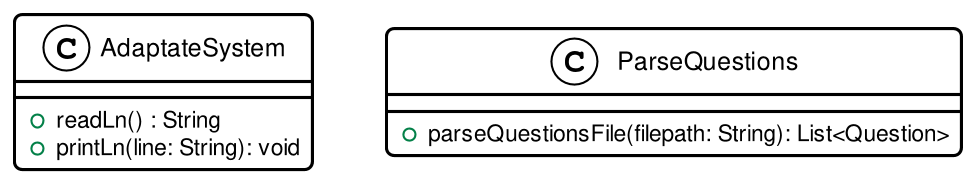
The PlantUML diagram doc/img/uml-adaptete.png in sergisi/java-rmi, before a commit. The source it was exported from:
```plantuml
@startuml

!define BASEPATH .
!include BASEPATH/global/stylesheet.puml

class AdaptateSystem {
    + readLn() : String
    + printLn(line: String): void
}

class ParseQuestions {
    + parseQuestionsFile(filepath: String): List<Question>
}
@enduml
```
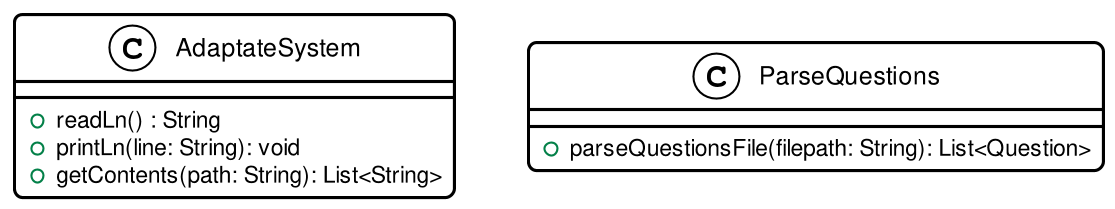
The same diagram one commit later.

What changed in the source:
```diff
@@ -6,6 +6,7 @@
 class AdaptateSystem {
     + readLn() : String
     + printLn(line: String): void
+    + getContents(path: String): List<String>
 }
 
 class ParseQuestions {
```
